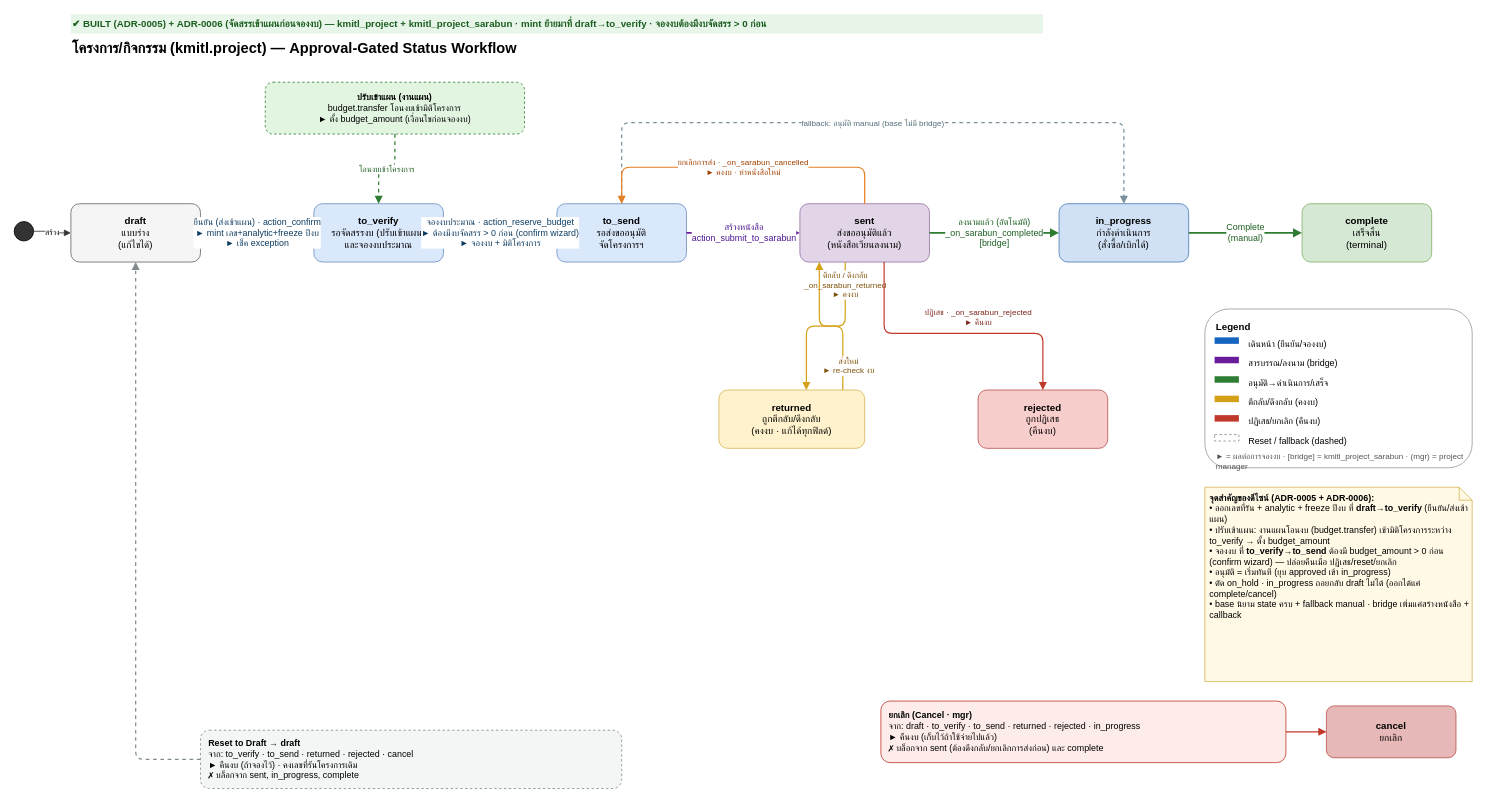
Earlier version of the draw.io diagram kmitl_project/docs/kmitl-project-status-workflow.drawio (Aginix/kmitl). Source tidied: cells renumbered, new cells numbered last; positions are measured from the earlier drawing's top-left corner, leaving out a move shared by most shapes. Both pictures are drawn from the tidied source at 81%, with x=0, y=0 at pixel (14, 14).
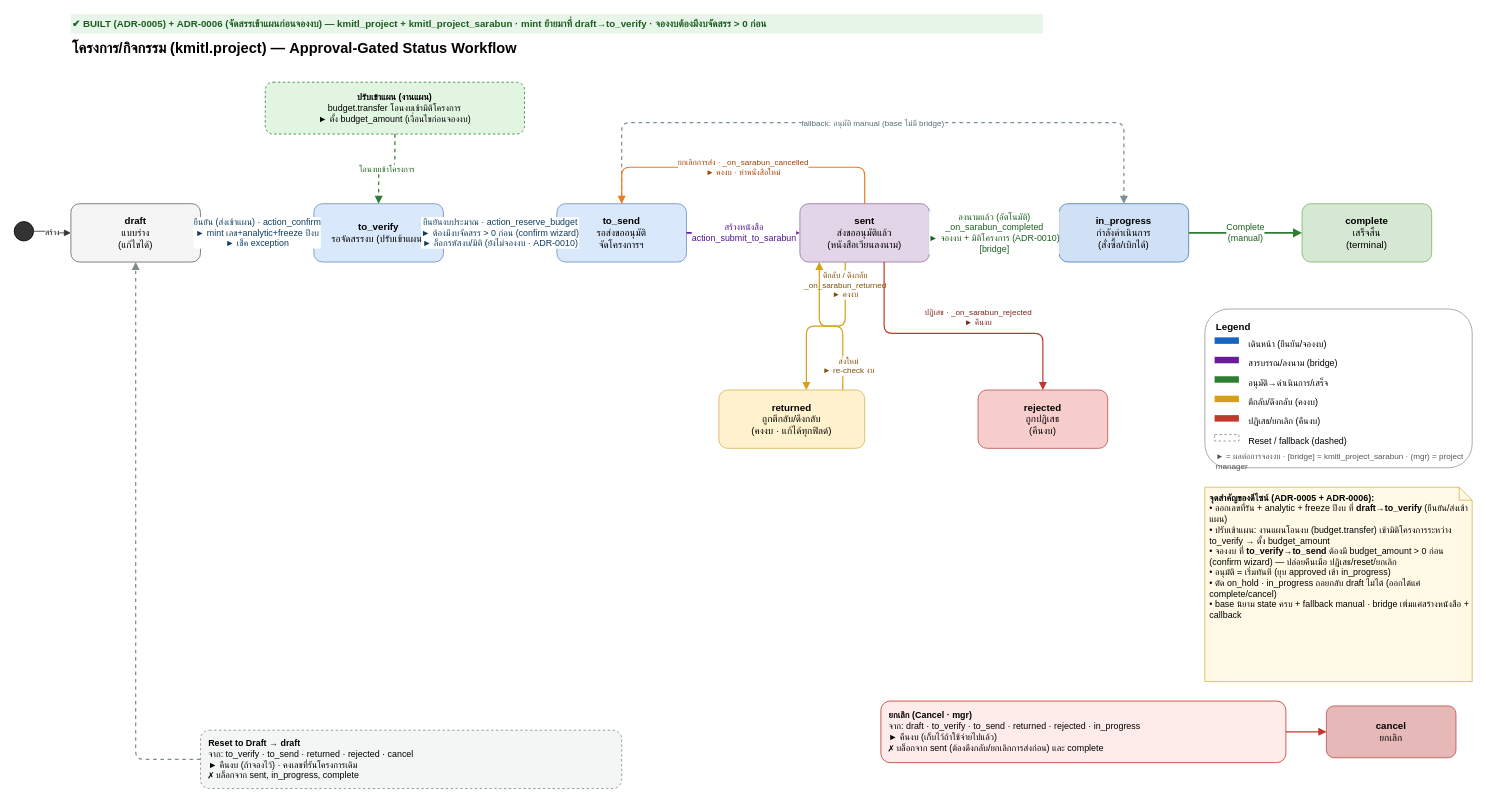
The same diagram, later.

Unchanged cells that the change refers to:
```xml
<mxCell id="7" value="&lt;b&gt;to_send&lt;/b&gt;&lt;br&gt;รอส่งขออนุมัติ&lt;br&gt;จัดโครงการฯ" style="rounded=1;whiteSpace=wrap;html=1;fillColor=#dae8fc;strokeColor=#6c8ebf;fontSize=12;" parent="1" vertex="1">
  <mxGeometry x="670" y="234" width="160" height="72" as="geometry" />
</mxCell>
<mxCell id="8" value="&lt;b&gt;sent&lt;/b&gt;&lt;br&gt;ส่งขออนุมัติแล้ว&lt;br&gt;(หนังสือเวียนลงนาม)" style="rounded=1;whiteSpace=wrap;html=1;fillColor=#e1d5e7;strokeColor=#9673a6;fontSize=12;" parent="1" vertex="1">
  <mxGeometry x="970" y="234" width="160" height="72" as="geometry" />
</mxCell>
<mxCell id="9" value="&lt;b&gt;in_progress&lt;/b&gt;&lt;br&gt;กำลังดำเนินการ&lt;br&gt;(สั่งซื้อ/เบิกได้)" style="rounded=1;whiteSpace=wrap;html=1;fillColor=#d0e0f5;strokeColor=#4a7bb5;fontSize=12;" parent="1" vertex="1">
  <mxGeometry x="1290" y="234" width="160" height="72" as="geometry" />
</mxCell>
```

The edit, as a diff of the source:
```diff
@@
-    <mxCell id="6" value="&lt;b&gt;to_verify&lt;/b&gt;&lt;br&gt;รอจัดสรรงบ (ปรับเข้าแผน)&lt;br&gt;และจองงบประมาณ" style="rounded=1;whiteSpace=wrap;html=1;fillColor=#dae8fc;strokeColor=#6c8ebf;fontSize=12;" parent="1" vertex="1">
+    <mxCell id="6" value="&lt;b&gt;to_verify&lt;/b&gt;&lt;br&gt;รอจัดสรรงบ (ปรับเข้าแผน)" style="rounded=1;whiteSpace=wrap;html=1;fillColor=#dae8fc;strokeColor=#6c8ebf;fontSize=12;" parent="1" vertex="1">
       <mxGeometry x="370" y="234" width="160" height="72" as="geometry" />
     </mxCell>
@@
-    <mxCell id="18" value="จองงบประมาณ · action_reserve_budget&lt;br&gt;► ต้องมีงบจัดสรร &gt; 0 ก่อน (confirm wizard)&lt;br&gt;► จองงบ + มิติโครงการ" style="edgeStyle=orthogonalEdgeStyle;html=1;strokeColor=#1565C0;strokeWidth=2;fontColor=#0D3C61;fontSize=11;endArrow=block;endFill=1;exitX=1;exitY=0.5;entryX=0;entryY=0.5;" parent="1" edge="1" source="6" target="7">
+    <mxCell id="18" value="ยืนยันงบประมาณ · action_reserve_budget&lt;br&gt;► ต้องมีงบจัดสรร &gt; 0 ก่อน (confirm wizard)&lt;br&gt;► ล็อกรหัสงบ/มิติ (ยังไม่จองงบ · ADR-0010)" style="edgeStyle=orthogonalEdgeStyle;html=1;strokeColor=#1565C0;strokeWidth=2;fontColor=#0D3C61;fontSize=11;endArrow=block;endFill=1;exitX=1;exitY=0.5;entryX=0;entryY=0.5;" parent="1" edge="1" source="6" target="7">
       <mxGeometry relative="1" as="geometry" />
     </mxCell>
@@
-    <mxCell id="20" value="ลงนามแล้ว (อัตโนมัติ)&lt;br&gt;_on_sarabun_completed&lt;br&gt;[bridge]" style="edgeStyle=orthogonalEdgeStyle;html=1;strokeColor=#2E7D32;strokeWidth=2;fontColor=#1B5E20;fontSize=11;endArrow=block;endFill=1;exitX=1;exitY=0.5;entryX=0;entryY=0.5;" parent="1" edge="1" source="8" target="9">
+    <mxCell id="20" value="ลงนามแล้ว (อัตโนมัติ)&lt;br&gt;_on_sarabun_completed&lt;br&gt;► จองงบ + มิติโครงการ (ADR-0010)&lt;br&gt;[bridge]" style="edgeStyle=orthogonalEdgeStyle;html=1;strokeColor=#2E7D32;strokeWidth=2;fontColor=#1B5E20;fontSize=11;endArrow=block;endFill=1;exitX=1;exitY=0.5;entryX=0;entryY=0.5;" parent="1" edge="1" source="8" target="9">
       <mxGeometry relative="1" as="geometry" />
     </mxCell>
```
